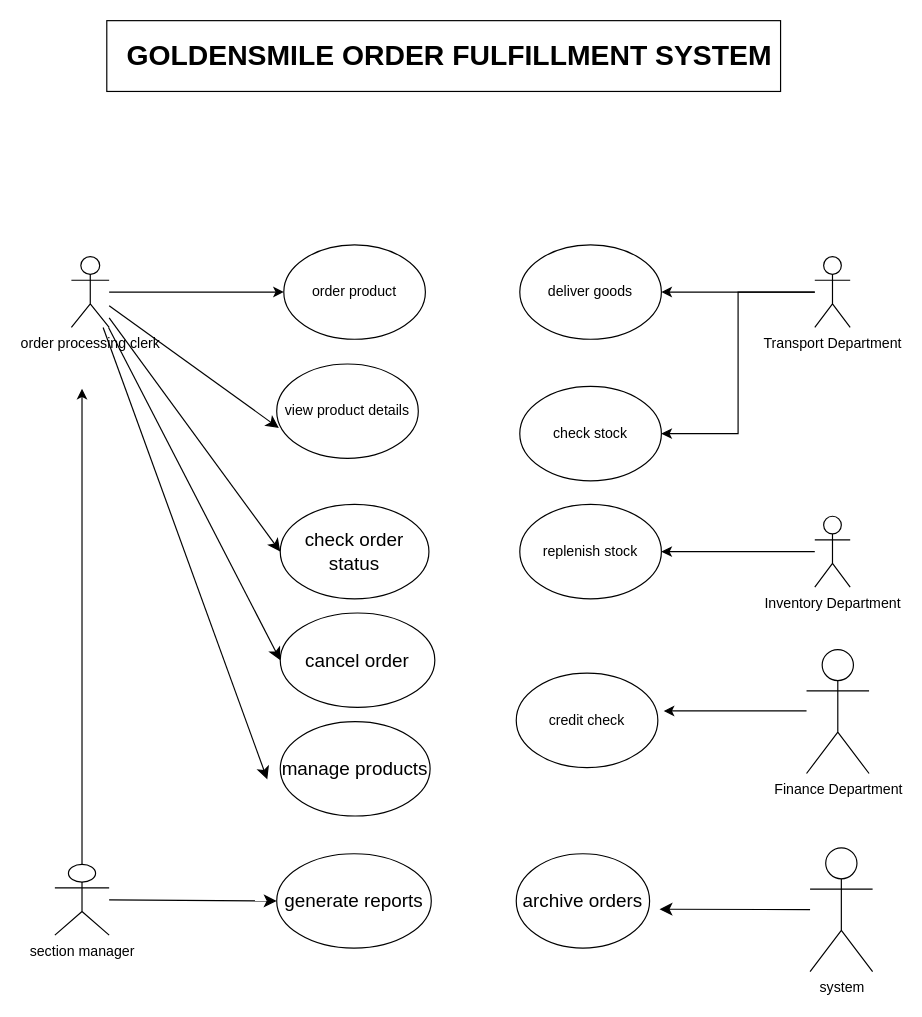
The draw.io diagram RM-1/RM-1 2.drawio in andrewjtgh/Use-Case-Diagrams, before the edit. Source tidied: cells renumbered, new cells numbered last; positions are measured from the earlier drawing's top-left corner, leaving out a move shared by most shapes. Both pictures are drawn from the tidied source at 118%, with x=0, y=0 at pixel (54, 20).
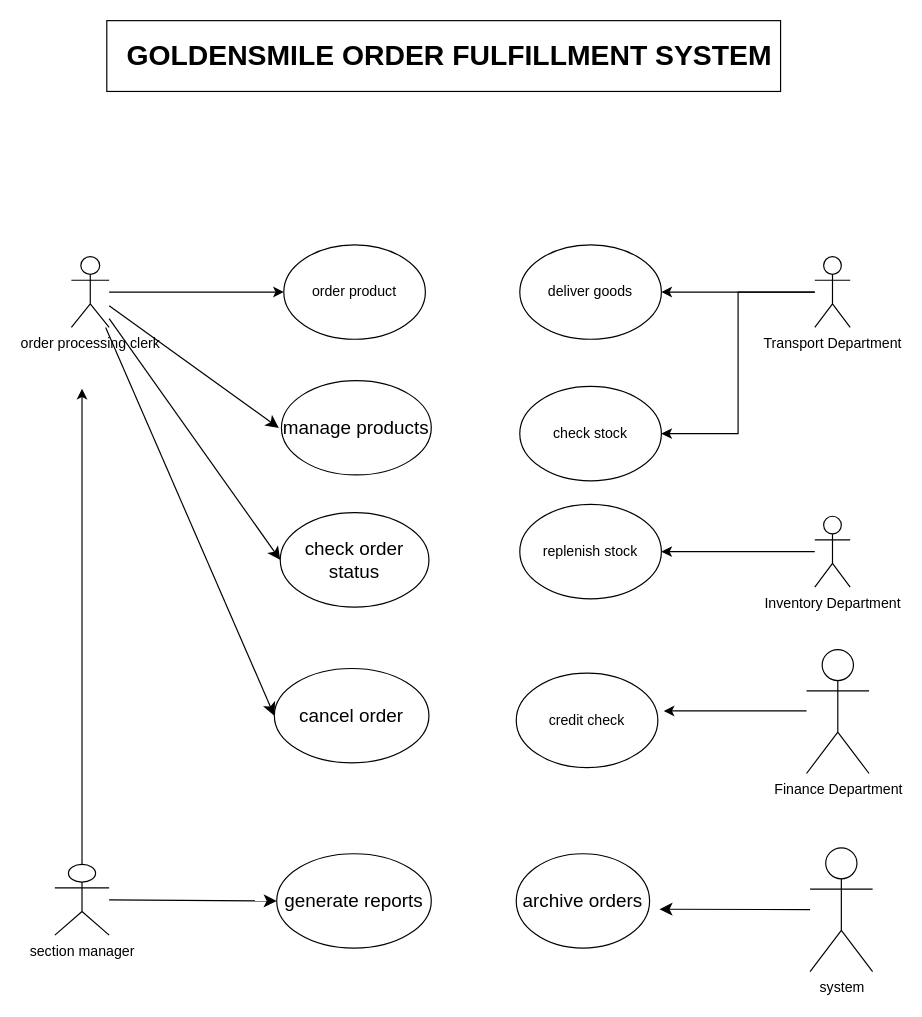
The same diagram, later.

Unchanged cells that the change refers to:
```xml
<mxCell id="7" value="order processing clerk" style="shape=umlActor;verticalLabelPosition=bottom;verticalAlign=top;html=1;outlineConnect=0;" parent="1" vertex="1">
  <mxGeometry x="14" y="200" width="32" height="60" as="geometry" />
</mxCell>
```

Change to the diagram source:
```diff
@@
-    <mxCell id="5" style="edgeStyle=none;curved=1;rounded=0;jettySize=auto;html=1;entryX=0.015;entryY=0.678;entryDx=0;entryDy=0;entryPerimeter=0;fontSize=12;startSize=8;endSize=8;" parent="1" edge="1" source="7" target="11">
-      <mxGeometry relative="1" as="geometry" />
+    <mxCell id="5" style="edgeStyle=none;curved=1;rounded=0;jettySize=auto;html=1;entryX=0.015;entryY=0.678;entryDx=0;entryDy=0;entryPerimeter=0;fontSize=12;startSize=8;endSize=8;" parent="1" edge="1" source="7">
+      <mxGeometry relative="1" as="geometry">
+        <mxPoint x="189.8" y="345.2" as="targetPoint" />
+      </mxGeometry>
     </mxCell>
-    <mxCell id="6" style="edgeStyle=none;curved=1;rounded=0;jettySize=auto;html=1;fontSize=12;startSize=8;endSize=8;" parent="1" edge="1" source="7">
-      <mxGeometry relative="1" as="geometry">
-        <mxPoint x="180" y="643" as="targetPoint" />
-      </mxGeometry>
-    </mxCell>
@@
-    <mxCell id="11" value="view product details" style="ellipse;whiteSpace=wrap;html=1;" parent="1" vertex="1">
-      <mxGeometry x="188" y="291" width="120" height="80" as="geometry" />
-    </mxCell>
@@
     <mxCell id="23" value="check order status" style="ellipse;whiteSpace=wrap;html=1;fontSize=16;" parent="1" vertex="1">
-      <mxGeometry x="191" y="410" width="126" height="80" as="geometry" />
+      <mxGeometry x="191" y="417" width="126" height="80" as="geometry" />
     </mxCell>
     <mxCell id="24" value="cancel order" style="ellipse;whiteSpace=wrap;html=1;fontSize=16;" parent="1" vertex="1">
-      <mxGeometry x="191" y="502" width="131" height="80" as="geometry" />
+      <mxGeometry x="186" y="549" width="131" height="80" as="geometry" />
     </mxCell>
@@
     <mxCell id="29" value="manage products" style="ellipse;whiteSpace=wrap;html=1;fontSize=16;" parent="1" vertex="1">
-      <mxGeometry x="191" y="594" width="127" height="80" as="geometry" />
+      <mxGeometry x="192" y="305" width="127" height="80" as="geometry" />
     </mxCell>
```
